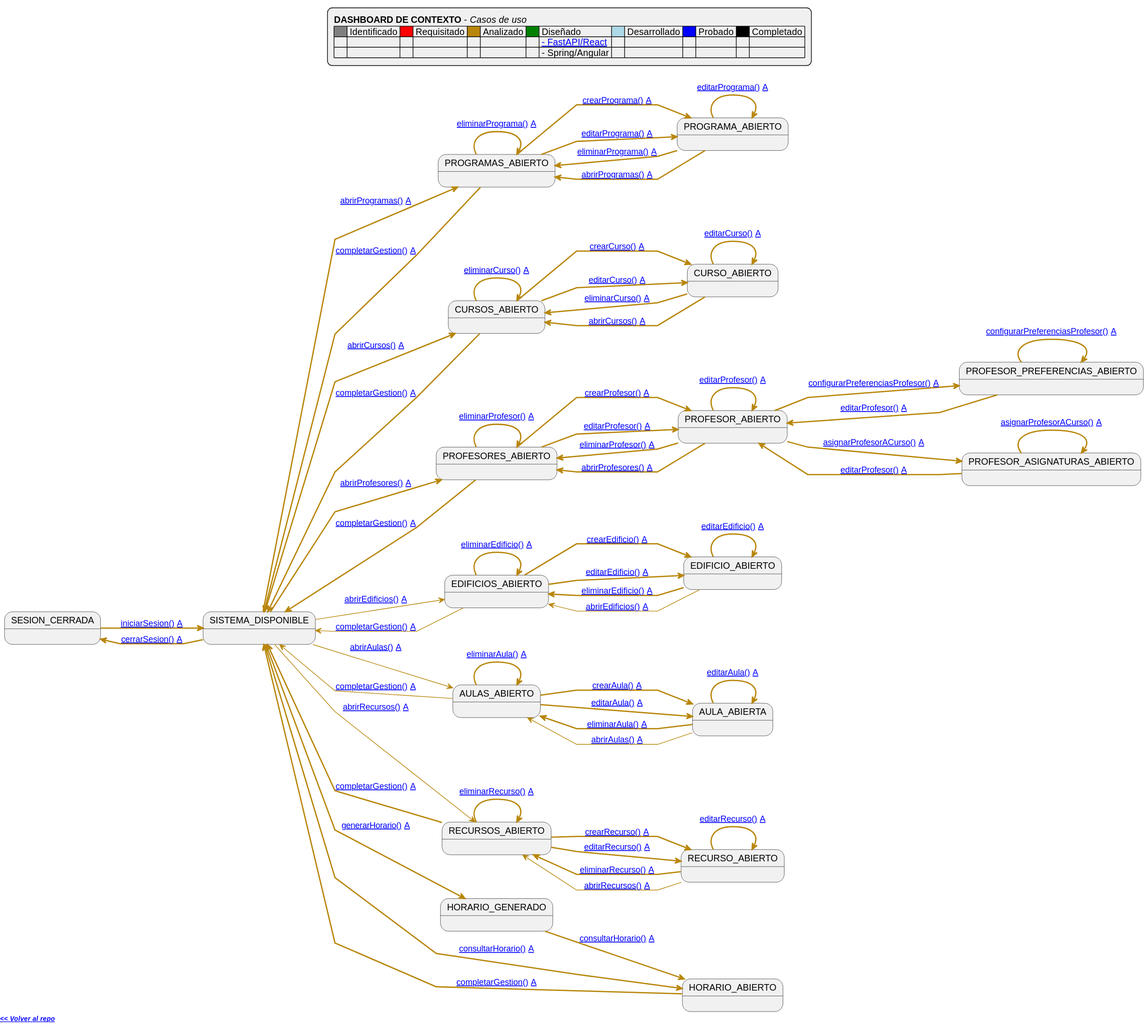
Earlier version of the PlantUML export images/RUP/99-seguimiento/diagrama-contexto-administrador.svg (mmasias/pySigHor).
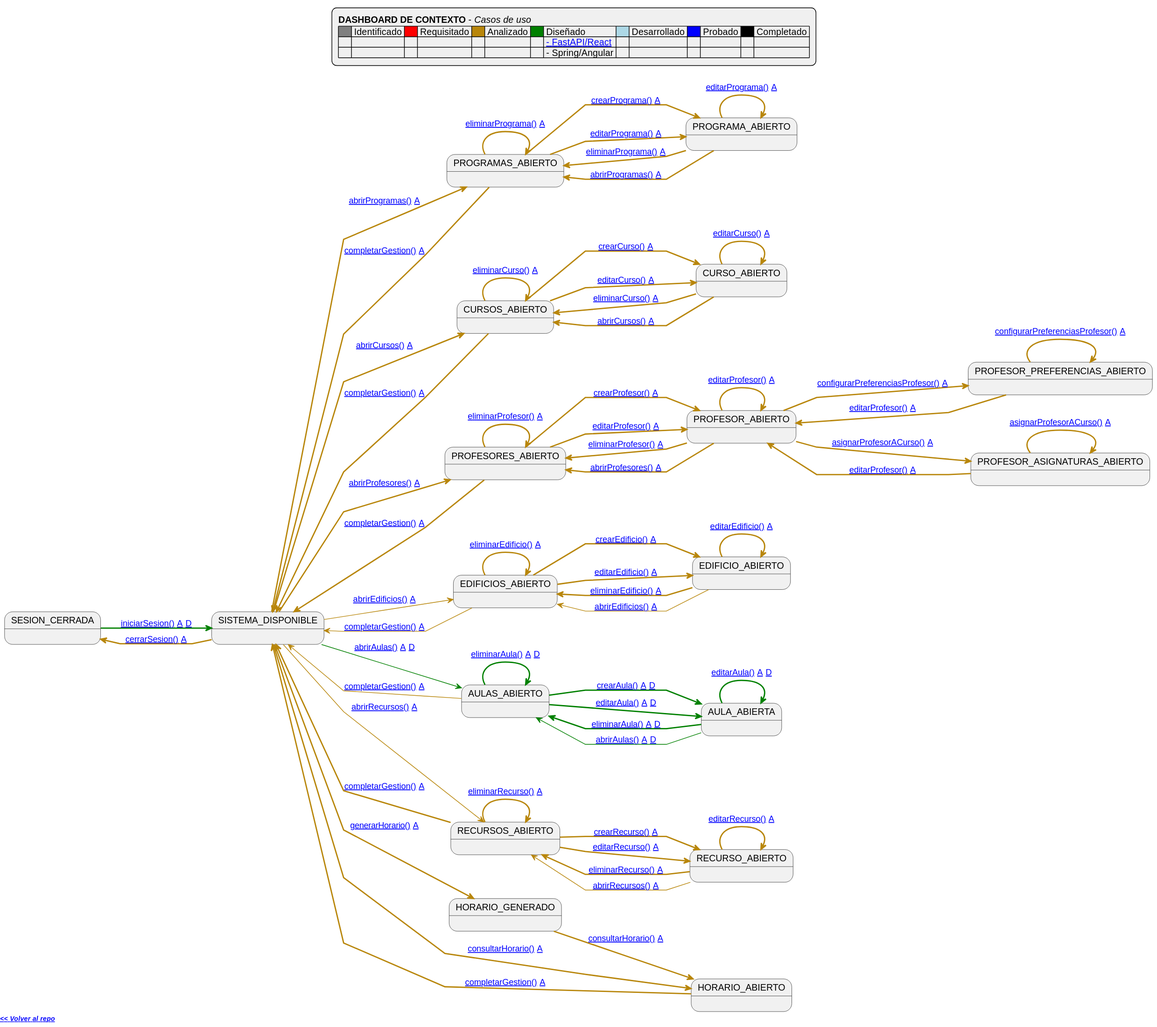
Above is the later version.

Diff of the diagram source:
```diff
@@ -45,14 +45,14 @@
 state "HORARIO_GENERADO" as Generacion
 state "HORARIO_ABIERTO" as Consulta
 
-NoAuth -[#darkgoldenrod,thickness=2]-> Menu: [[https://github.com/mmasias/pySigHor/blob/main/RUP/00-casos-uso/02-detalle/iniciarSesion/README.md iniciarSesion()]] [[https://github.com/mmasias/pySigHor/blob/main/RUP/01-analisis/casos-uso/iniciarSesion/README.md A]]
+NoAuth -[#green,thickness=2]-> Menu: [[https://github.com/mmasias/pySigHor/blob/main/RUP/00-casos-uso/02-detalle/iniciarSesion/README.md iniciarSesion()]] [[https://github.com/mmasias/pySigHor/blob/main/RUP/01-analisis/casos-uso/iniciarSesion/README.md A]] [[https://github.com/mmasias/pySigHor/blob/diseño-spring-angular/RUP/02-diseño/casos-uso/iniciarSesion/README.md D]]
 
 Menu -[#darkgoldenrod,thickness=2]-> NoAuth: [[https://github.com/mmasias/pySigHor/blob/main/RUP/00-casos-uso/02-detalle/cerrarSesion/README.md cerrarSesion()]] [[https://github.com/mmasias/pySigHor/blob/main/RUP/01-analisis/casos-uso/cerrarSesion/README.md A]]
 Menu -[#darkgoldenrod,thickness=2]-> ListProgramas: [[https://github.com/mmasias/pySigHor/blob/main/RUP/00-casos-uso/02-detalle/abrirProgramas/README.md abrirProgramas()]] [[https://github.com/mmasias/pySigHor/blob/main/RUP/01-analisis/casos-uso/abrirProgramas/README.md A]]
 Menu -[#darkgoldenrod,thickness=2]-> ListCursos: [[https://github.com/mmasias/pySigHor/blob/main/RUP/00-casos-uso/02-detalle/abrirCursos/README.md abrirCursos()]] [[https://github.com/mmasias/pySigHor/blob/main/RUP/01-analisis/casos-uso/abrirCursos/README.md A]]
 Menu -[#darkgoldenrod,thickness=2]-> ListProfesores: [[https://github.com/mmasias/pySigHor/blob/main/RUP/00-casos-uso/02-detalle/abrirProfesores/README.md abrirProfesores()]] [[https://github.com/mmasias/pySigHor/blob/main/RUP/01-analisis/casos-uso/abrirProfesores/README.md A]]
 Menu -[#darkgoldenrod]-> ListEdificios: [[https://github.com/mmasias/pySigHor/blob/main/RUP/00-casos-uso/02-detalle/abrirEdificios/README.md abrirEdificios()]] [[https://github.com/mmasias/pySigHor/blob/main/RUP/01-analisis/casos-uso/abrirEdificios/README.md A]]
-Menu -[#darkgoldenrod]-> ListAulas: [[https://github.com/mmasias/pySigHor/blob/main/RUP/00-casos-uso/02-detalle/abrirAulas/README.md abrirAulas()]] [[https://github.com/mmasias/pySigHor/blob/main/RUP/01-analisis/casos-uso/abrirAulas/README.md A]]
+Menu -[#green]-> ListAulas: [[https://github.com/mmasias/pySigHor/blob/main/RUP/00-casos-uso/02-detalle/abrirAulas/README.md abrirAulas()]] [[https://github.com/mmasias/pySigHor/blob/main/RUP/01-analisis/casos-uso/abrirAulas/README.md A]] [[https://github.com/mmasias/pySigHor/blob/diseño-spring-angular/RUP/02-diseño/casos-uso/abrirAulas/README.md D]]
 Menu -[#darkgoldenrod]-> ListRecursos: [[https://github.com/mmasias/pySigHor/blob/main/RUP/00-casos-uso/02-detalle/abrirRecursos/README.md abrirRecursos()]] [[https://github.com/mmasias/pySigHor/blob/main/RUP/01-analisis/casos-uso/abrirRecursos/README.md A]]
 Menu -[#darkgoldenrod,bold]-> Generacion: [[https://github.com/mmasias/pySigHor/blob/main/RUP/00-casos-uso/02-detalle/generarHorario/README.md generarHorario()]] [[https://github.com/mmasias/pySigHor/blob/main/RUP/01-analisis/casos-uso/generarHorario/README.md A]]
 Menu -[#darkgoldenrod,bold]-> Consulta: [[https://github.com/mmasias/pySigHor/blob/main/RUP/00-casos-uso/02-detalle/consultarHorario/README.md consultarHorario()]] [[https://github.com/mmasias/pySigHor/blob/main/RUP/01-analisis/casos-uso/consultarHorario/README.md A]]
@@ -88,12 +88,12 @@
 EditEdificio -[#darkgoldenrod,bold]-> EditEdificio: [[https://github.com/mmasias/pySigHor/blob/main/RUP/00-casos-uso/02-detalle/editarEdificio/README.md editarEdificio()]] [[https://github.com/mmasias/pySigHor/blob/main/RUP/01-analisis/casos-uso/editarEdificio/README.md A]]
 EditEdificio -[#darkgoldenrod,bold]-> ListEdificios: [[https://github.com/mmasias/pySigHor/blob/main/RUP/00-casos-uso/02-detalle/eliminarEdificio/README.md eliminarEdificio()]] [[https://github.com/mmasias/pySigHor/blob/main/RUP/01-analisis/casos-uso/eliminarEdificio/README.md A]]
 EditEdificio -[#darkgoldenrod]-> ListEdificios: [[https://github.com/mmasias/pySigHor/blob/main/RUP/00-casos-uso/02-detalle/abrirEdificios/README.md abrirEdificios()]] [[https://github.com/mmasias/pySigHor/blob/main/RUP/01-analisis/casos-uso/abrirEdificios/README.md A]]
-ListAulas -[#darkgoldenrod,bold]-> EditAula: [[https://github.com/mmasias/pySigHor/blob/main/RUP/00-casos-uso/02-detalle/crearAula/README.md crearAula()]] [[https://github.com/mmasias/pySigHor/blob/main/RUP/01-analisis/casos-uso/crearAula/README.md A]]
-ListAulas -[#darkgoldenrod,bold]-> EditAula: [[https://github.com/mmasias/pySigHor/blob/main/RUP/00-casos-uso/02-detalle/editarAula/README.md editarAula()]] [[https://github.com/mmasias/pySigHor/blob/main/RUP/01-analisis/casos-uso/editarAula/README.md A]]
-ListAulas -[#darkgoldenrod,bold]-> ListAulas: [[https://github.com/mmasias/pySigHor/blob/main/RUP/00-casos-uso/02-detalle/eliminarAula/README.md eliminarAula()]] [[https://github.com/mmasias/pySigHor/blob/main/RUP/01-analisis/casos-uso/eliminarAula/README.md A]]
-EditAula -[#darkgoldenrod,bold]-> EditAula: [[https://github.com/mmasias/pySigHor/blob/main/RUP/00-casos-uso/02-detalle/editarAula/README.md editarAula()]] [[https://github.com/mmasias/pySigHor/blob/main/RUP/01-analisis/casos-uso/editarAula/README.md A]]
-EditAula -[#darkgoldenrod,bold]-> ListAulas: [[https://github.com/mmasias/pySigHor/blob/main/RUP/00-casos-uso/02-detalle/eliminarAula/README.md eliminarAula()]] [[https://github.com/mmasias/pySigHor/blob/main/RUP/01-analisis/casos-uso/eliminarAula/README.md A]]
-EditAula -[#darkgoldenrod]-> ListAulas: [[https://github.com/mmasias/pySigHor/blob/main/RUP/00-casos-uso/02-detalle/abrirAulas/README.md abrirAulas()]] [[https://github.com/mmasias/pySigHor/blob/main/RUP/01-analisis/casos-uso/abrirAulas/README.md A]]
+ListAulas -[#green,bold]-> EditAula: [[https://github.com/mmasias/pySigHor/blob/main/RUP/00-casos-uso/02-detalle/crearAula/README.md crearAula()]] [[https://github.com/mmasias/pySigHor/blob/main/RUP/01-analisis/casos-uso/crearAula/README.md A]] [[https://github.com/mmasias/pySigHor/blob/diseño-spring-angular/RUP/02-diseño/casos-uso/crearAula/README.md D]]
+ListAulas -[#green,bold]-> EditAula: [[https://github.com/mmasias/pySigHor/blob/main/RUP/00-casos-uso/02-detalle/editarAula/README.md editarAula()]] [[https://github.com/mmasias/pySigHor/blob/main/RUP/01-analisis/casos-uso/editarAula/README.md A]] [[https://github.com/mmasias/pySigHor/blob/diseño-spring-angular/RUP/02-diseño/casos-uso/editarAula/README.md D]]
+ListAulas -[#green,bold]-> ListAulas: [[https://github.com/mmasias/pySigHor/blob/main/RUP/00-casos-uso/02-detalle/eliminarAula/README.md eliminarAula()]] [[https://github.com/mmasias/pySigHor/blob/main/RUP/01-analisis/casos-uso/eliminarAula/README.md A]] [[https://github.com/mmasias/pySigHor/blob/diseño-spring-angular/RUP/02-diseño/casos-uso/eliminarAula/README.md D]]
+EditAula -[#green,bold]-> EditAula: [[https://github.com/mmasias/pySigHor/blob/main/RUP/00-casos-uso/02-detalle/editarAula/README.md editarAula()]] [[https://github.com/mmasias/pySigHor/blob/main/RUP/01-analisis/casos-uso/editarAula/README.md A]] [[https://github.com/mmasias/pySigHor/blob/diseño-spring-angular/RUP/02-diseño/casos-uso/editarAula/README.md D]]
+EditAula -[#green,bold]-> ListAulas: [[https://github.com/mmasias/pySigHor/blob/main/RUP/00-casos-uso/02-detalle/eliminarAula/README.md eliminarAula()]] [[https://github.com/mmasias/pySigHor/blob/main/RUP/01-analisis/casos-uso/eliminarAula/README.md A]] [[https://github.com/mmasias/pySigHor/blob/diseño-spring-angular/RUP/02-diseño/casos-uso/eliminarAula/README.md D]]
+EditAula -[#green]-> ListAulas: [[https://github.com/mmasias/pySigHor/blob/main/RUP/00-casos-uso/02-detalle/abrirAulas/README.md abrirAulas()]] [[https://github.com/mmasias/pySigHor/blob/main/RUP/01-analisis/casos-uso/abrirAulas/README.md A]] [[https://github.com/mmasias/pySigHor/blob/diseño-spring-angular/RUP/02-diseño/casos-uso/abrirAulas/README.md D]]
 ListRecursos -[#darkgoldenrod,bold]-> EditRecurso: [[https://github.com/mmasias/pySigHor/blob/main/RUP/00-casos-uso/02-detalle/crearRecurso/README.md crearRecurso()]] [[https://github.com/mmasias/pySigHor/blob/main/RUP/01-analisis/casos-uso/crearRecurso/README.md A]]
 ListRecursos -[#darkgoldenrod,bold]-> EditRecurso: [[https://github.com/mmasias/pySigHor/blob/main/RUP/00-casos-uso/02-detalle/editarRecurso/README.md editarRecurso()]] [[https://github.com/mmasias/pySigHor/blob/main/RUP/01-analisis/casos-uso/editarRecurso/README.md A]]
 ListRecursos -[#darkgoldenrod,bold]-> ListRecursos: [[https://github.com/mmasias/pySigHor/blob/main/RUP/00-casos-uso/02-detalle/eliminarRecurso/README.md eliminarRecurso()]] [[https://github.com/mmasias/pySigHor/blob/main/RUP/01-analisis/casos-uso/eliminarRecurso/README.md A]]
```
